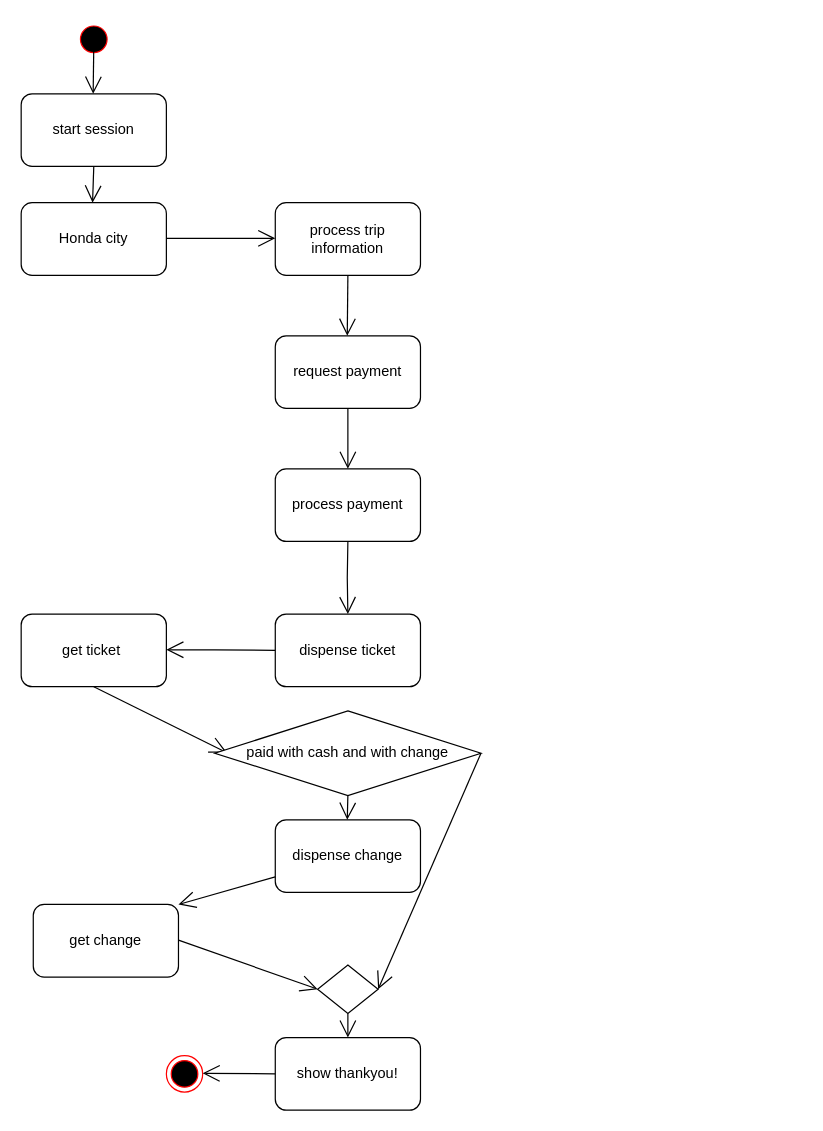
Above: ASS2Q1.drawio in SUHANIISINGH/UseCaseDia (draw.io), before the change. Source tidied: cells renumbered, new cells numbered last; positions are measured from the earlier drawing's top-left corner, leaving out a move shared by most shapes. Both pictures are drawn from the tidied source at 121%, with x=0, y=0 at pixel (21, 21).
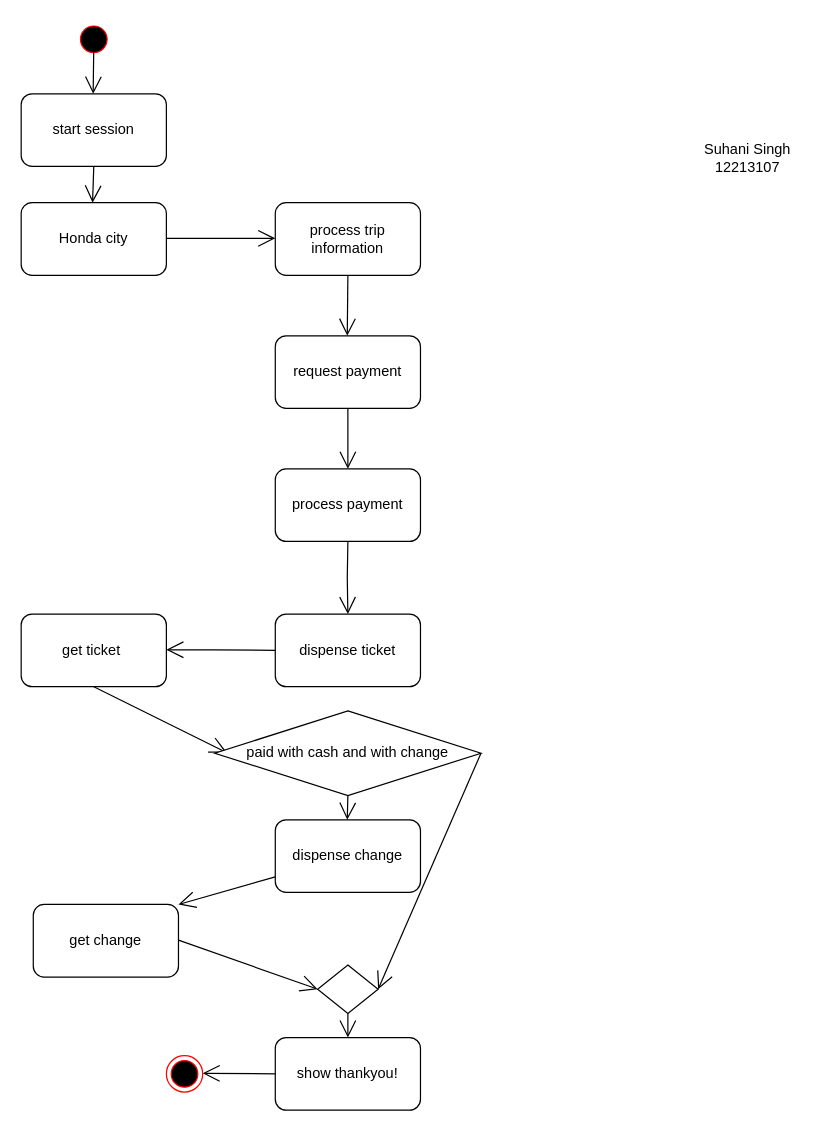
The same page after the edit.

The edit, as a diff of the source:
```diff
@@
+    <mxCell id="30" value="Suhani Singh&lt;br&gt;12213107" style="text;html=1;align=center;verticalAlign=middle;strokeColor=none;fillColor=none;" parent="1" vertex="1">
+      <mxGeometry x="555" y="93" width="90" height="40" as="geometry" />
+    </mxCell>
```
